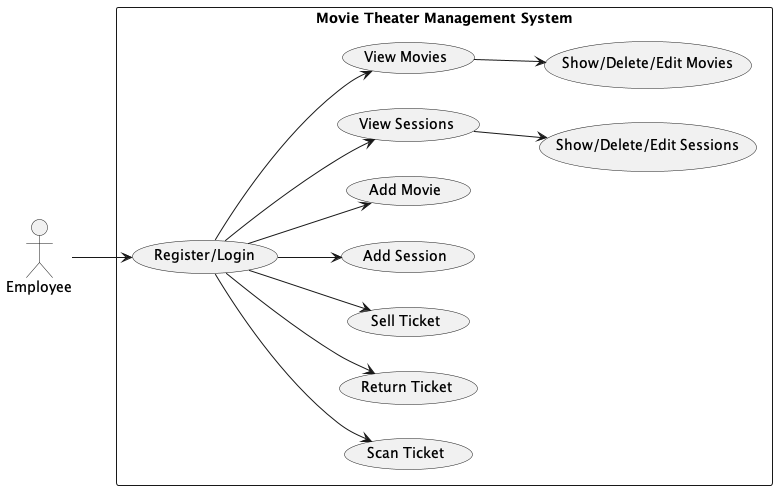
Before: diagrams/UseCase.png, a diagram exported from PlantUML (aspisov/MovieTheaterManager). The source it was exported from:
```plantuml
@startuml
left to right direction
actor Employee

rectangle "Movie Theater Management System" {
    usecase "Register/Login" as UC1
    usecase "Scan Ticket" as UC9
    usecase "Return Ticket" as UC8
    usecase "Sell Ticket" as UC7
    usecase "Add Session" as UC6
    usecase "Add Movie" as UC5
    usecase "View Sessions" as UC4
    usecase "View Movies" as UC3

    usecase "Show/Delete/Edit Movies" as UC10
    usecase "Show/Delete/Edit Sessions" as UC11
}
Employee --> UC1

UC1 --> UC3
UC1 --> UC4
UC1 --> UC5
UC1 --> UC6
UC1 --> UC7
UC1 --> UC8
UC1 --> UC9

UC3 --> UC10
UC4 --> UC11

@enduml
```
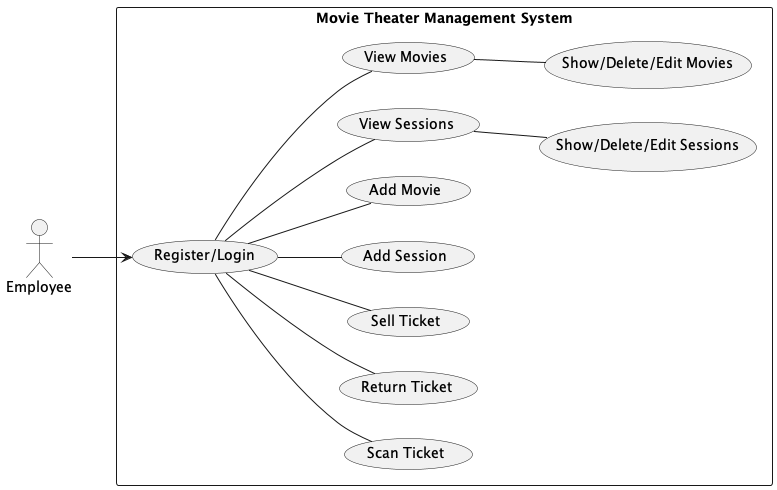
After the change.

What changed in the source:
```diff
@@ -17,15 +17,15 @@
 }
 Employee --> UC1
 
-UC1 --> UC3
-UC1 --> UC4
-UC1 --> UC5
-UC1 --> UC6
-UC1 --> UC7
-UC1 --> UC8
-UC1 --> UC9
+UC1 -- UC3
+UC1 -- UC4
+UC1 -- UC5
+UC1 -- UC6
+UC1 -- UC7
+UC1 -- UC8
+UC1 -- UC9
 
-UC3 --> UC10
-UC4 --> UC11
+UC3 -- UC10
+UC4 -- UC11
 
 @enduml
```
